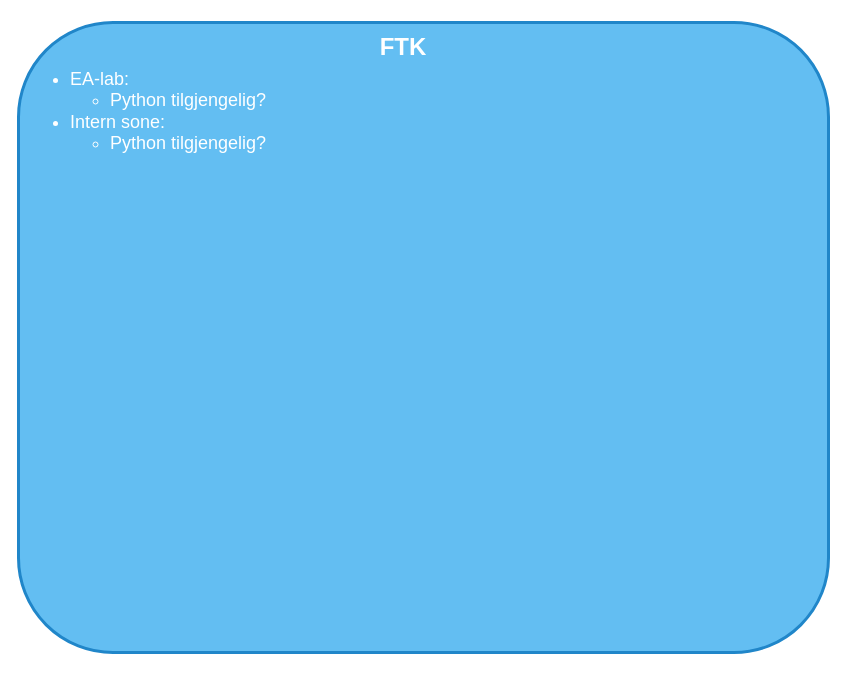
Earlier version of the draw.io diagram page "FTK" (4 of 15) of .drawio (mortenee/draw.io). Source tidied: cells renumbered, new cells numbered last; positions are measured from the earlier drawing's top-left corner, leaving out a move shared by most shapes. Both pictures are drawn from the tidied source at 100%, with x=0, y=0 at pixel (18, 22).
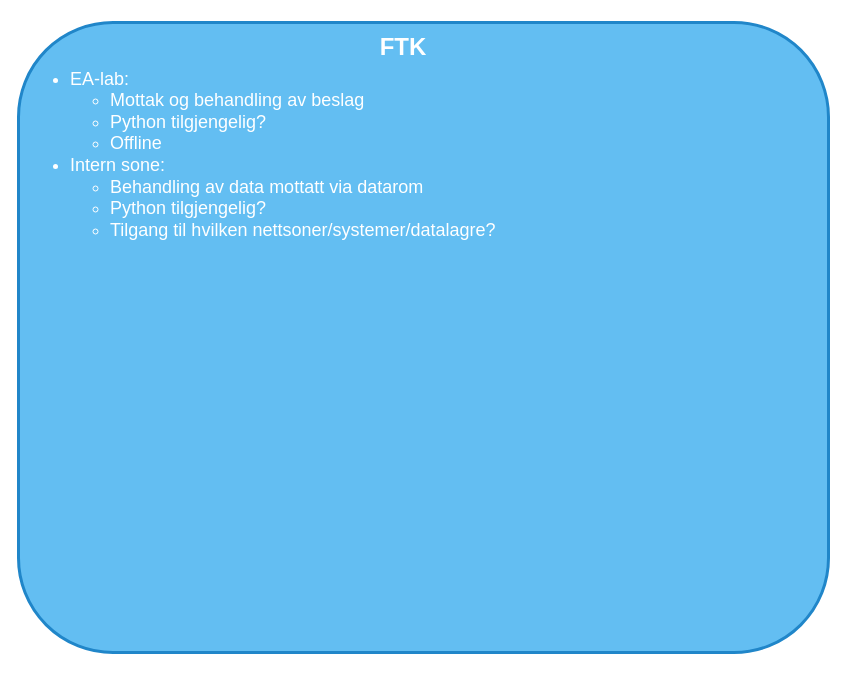
Above is the later version.

Diff of the diagram source:
```diff
@@
 <mxGraphModel>
   <root>
     <mxCell id="0" />
     <mxCell id="1" parent="0" />
-    <mxCell id="2" value="&lt;h1 style=&quot;margin-top: 0px; font-size: 18px;&quot;&gt;&lt;div&gt;&lt;span style=&quot;font-weight: 400;&quot;&gt;&lt;br&gt;&lt;/span&gt;&lt;/div&gt;&lt;ul&gt;&lt;li&gt;&lt;span style=&quot;font-weight: 400;&quot;&gt;EA-lab:&lt;/span&gt;&lt;/li&gt;&lt;ul style=&quot;&quot;&gt;&lt;li&gt;&lt;span style=&quot;font-weight: normal;&quot;&gt;Python tilgjengelig?&lt;/span&gt;&lt;/li&gt;&lt;/ul&gt;&lt;li&gt;&lt;span style=&quot;background-color: initial; font-weight: normal;&quot;&gt;Intern sone:&lt;/span&gt;&lt;/li&gt;&lt;ul&gt;&lt;li&gt;&lt;span style=&quot;font-weight: normal;&quot;&gt;Python tilgjengelig?&lt;/span&gt;&lt;/li&gt;&lt;/ul&gt;&lt;/ul&gt;&lt;/h1&gt;" style="text;html=1;whiteSpace=wrap;overflow=hidden;rounded=1;fillColor=#63bef2;strokeColor=#2086c9;fontColor=#ffffff;fontFamily=Helvetica;fontSize=12;labelBackgroundColor=none;glass=0;shadow=0;strokeWidth=3;spacingLeft=10;" parent="1" vertex="1">
+    <mxCell id="2" value="&lt;h1 style=&quot;margin-top: 0px; font-size: 18px;&quot;&gt;&lt;div&gt;&lt;span style=&quot;font-weight: 400;&quot;&gt;&lt;br&gt;&lt;/span&gt;&lt;/div&gt;&lt;ul&gt;&lt;li&gt;&lt;span style=&quot;font-weight: 400;&quot;&gt;EA-lab:&lt;/span&gt;&lt;/li&gt;&lt;ul style=&quot;&quot;&gt;&lt;li&gt;&lt;span style=&quot;font-weight: normal;&quot;&gt;Mottak og behandling av beslag&lt;/span&gt;&lt;/li&gt;&lt;li&gt;&lt;span style=&quot;font-weight: normal;&quot;&gt;Python tilgjengelig?&lt;/span&gt;&lt;/li&gt;&lt;li&gt;&lt;span style=&quot;font-weight: normal;&quot;&gt;Offline&lt;/span&gt;&lt;/li&gt;&lt;/ul&gt;&lt;li&gt;&lt;span style=&quot;background-color: initial; font-weight: normal;&quot;&gt;Intern sone:&lt;/span&gt;&lt;/li&gt;&lt;ul&gt;&lt;li&gt;&lt;span style=&quot;font-weight: normal;&quot;&gt;Behandling av data mottatt via datarom&lt;/span&gt;&lt;/li&gt;&lt;li&gt;&lt;span style=&quot;font-weight: normal;&quot;&gt;Python tilgjengelig?&lt;/span&gt;&lt;/li&gt;&lt;li&gt;&lt;span style=&quot;font-weight: normal;&quot;&gt;Tilgang til hvilken nettsoner/systemer/datalagre?&lt;/span&gt;&lt;/li&gt;&lt;/ul&gt;&lt;/ul&gt;&lt;/h1&gt;" style="text;html=1;whiteSpace=wrap;overflow=hidden;rounded=1;fillColor=#63bef2;strokeColor=#2086c9;fontColor=#ffffff;fontFamily=Helvetica;fontSize=12;labelBackgroundColor=none;glass=0;shadow=0;strokeWidth=3;spacingLeft=10;" parent="1" vertex="1">
       <mxGeometry width="810" height="630" as="geometry" />
     </mxCell>
     <mxCell id="3" value="&lt;h1&gt;FTK&lt;/h1&gt;" style="text;html=1;align=center;verticalAlign=middle;whiteSpace=wrap;rounded=0;fontColor=#FFFFFF;" parent="1" vertex="1">
       <mxGeometry x="320" y="10" width="130" height="30" as="geometry" />
     </mxCell>
   </root>
 </mxGraphModel>
```
